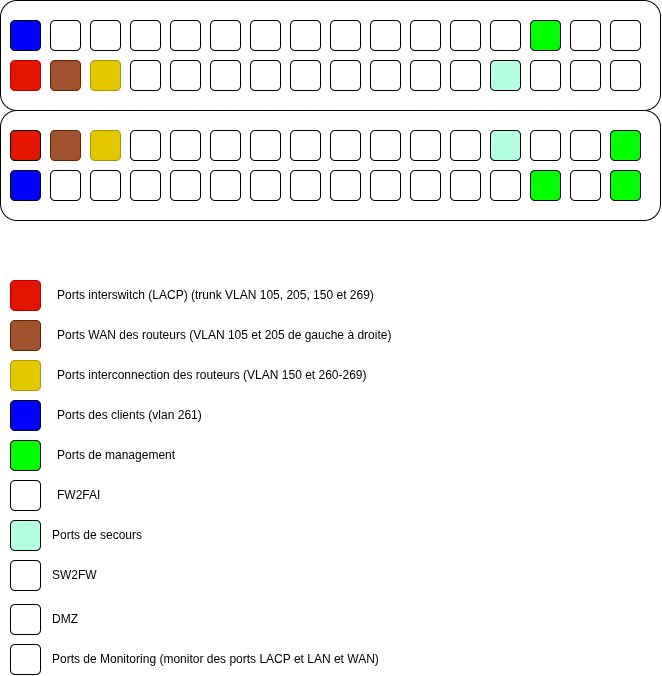
This is docs/assets/SwitchPhysique.drawio.png from DSISportLudique/SportLudique2Doc, a draw.io export, as it was before one commit. Source tidied: cells renumbered, new cells last; positions are measured from the earlier drawing's top-left corner, leaving out a move shared by most shapes.
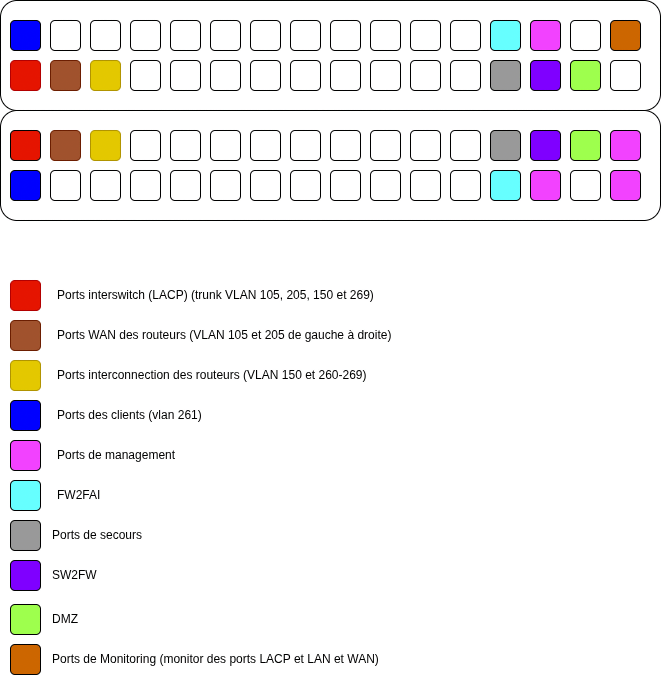
Later version of the same file.

Commit message:
layer 1 diagram updated for DMZ

What changed in the source:
```diff
@@ -68,10 +68,7 @@
     <mxCell id="23" style="rounded=1;whiteSpace=wrap;html=1;" parent="1" vertex="1">
       <mxGeometry x="570" y="20" width="30" height="30" as="geometry" />
     </mxCell>
-    <mxCell id="24" style="rounded=1;whiteSpace=wrap;html=1;" parent="1" vertex="1">
-      <mxGeometry x="570" y="60" width="30" height="30" as="geometry" />
-    </mxCell>
-    <mxCell id="25" style="rounded=1;whiteSpace=wrap;html=1;fillColor=light-dark(#FFFFFF,#CC6600);" parent="1" vertex="1">
+    <mxCell id="25" style="rounded=1;whiteSpace=wrap;html=1;fillColor=light-dark(#CC6600,#CC6600);" parent="1" vertex="1">
       <mxGeometry x="610" y="20" width="30" height="30" as="geometry" />
     </mxCell>
     <mxCell id="26" style="rounded=1;whiteSpace=wrap;html=1;" parent="1" vertex="1">
@@ -143,13 +140,13 @@
     <mxCell id="48" style="rounded=1;whiteSpace=wrap;html=1;" parent="1" vertex="1">
       <mxGeometry x="450" y="170" width="30" height="30" as="geometry" />
     </mxCell>
-    <mxCell id="49" style="rounded=1;whiteSpace=wrap;html=1;fillColor=light-dark(#B4FFE0,#999999);" parent="1" vertex="1">
+    <mxCell id="49" style="rounded=1;whiteSpace=wrap;html=1;fillColor=light-dark(#999999,#999999);" parent="1" vertex="1">
       <mxGeometry x="490" y="130" width="30" height="30" as="geometry" />
     </mxCell>
-    <mxCell id="50" style="rounded=1;whiteSpace=wrap;html=1;fillColor=light-dark(#FFFFFF,#66FFFF);" parent="1" vertex="1">
+    <mxCell id="50" style="rounded=1;whiteSpace=wrap;html=1;fillColor=light-dark(#66FFFF,#66FFFF);" parent="1" vertex="1">
       <mxGeometry x="490" y="170" width="30" height="30" as="geometry" />
     </mxCell>
-    <mxCell id="51" style="rounded=1;whiteSpace=wrap;html=1;fillStyle=solid;fillColor=light-dark(#FFFFFF,#7F00FF);" parent="1" vertex="1">
+    <mxCell id="51" style="rounded=1;whiteSpace=wrap;html=1;fillStyle=solid;fillColor=light-dark(#7F00FF,#7F00FF);" parent="1" vertex="1">
       <mxGeometry x="530" y="130" width="30" height="30" as="geometry" />
     </mxCell>
     <mxCell id="52" style="rounded=1;whiteSpace=wrap;html=1;" parent="1" vertex="1">
@@ -176,7 +173,7 @@
     <mxCell id="59" value="Ports de management" style="text;html=1;whiteSpace=wrap;strokeColor=none;fillColor=none;align=left;verticalAlign=middle;rounded=0;" parent="1" vertex="1">
       <mxGeometry x="55" y="440" width="410" height="30" as="geometry" />
     </mxCell>
-    <mxCell id="60" style="rounded=1;whiteSpace=wrap;html=1;fillColor=light-dark(#00FF00,#F242FF);gradientColor=none;gradientDirection=north;" parent="1" vertex="1">
+    <mxCell id="60" style="rounded=1;whiteSpace=wrap;html=1;fillColor=light-dark(#F242FF,#F242FF);gradientColor=none;gradientDirection=north;" parent="1" vertex="1">
       <mxGeometry x="610" y="130" width="30" height="30" as="geometry" />
     </mxCell>
     <mxCell id="61" style="rounded=1;whiteSpace=wrap;html=1;fillColor=light-dark(#0000FF,#0000FF);" parent="1" vertex="1">
@@ -206,43 +203,37 @@
     <mxCell id="69" style="rounded=1;whiteSpace=wrap;html=1;" parent="1" vertex="1">
       <mxGeometry x="410" y="130" width="30" height="30" as="geometry" />
     </mxCell>
-    <mxCell id="70" style="rounded=1;whiteSpace=wrap;html=1;" parent="1" vertex="1">
-      <mxGeometry x="570" y="130" width="30" height="30" as="geometry" />
-    </mxCell>
-    <mxCell id="71" style="rounded=1;whiteSpace=wrap;html=1;fillStyle=solid;fillColor=light-dark(#FFFFFF,#7F00FF);" parent="1" vertex="1">
+    <mxCell id="71" style="rounded=1;whiteSpace=wrap;html=1;fillStyle=solid;fillColor=light-dark(#7F00FF,#7F00FF);" parent="1" vertex="1">
       <mxGeometry x="530" y="60" width="30" height="30" as="geometry" />
     </mxCell>
-    <mxCell id="72" style="rounded=1;whiteSpace=wrap;html=1;fillColor=light-dark(#B4FFE0,#999999);" parent="1" vertex="1">
+    <mxCell id="72" style="rounded=1;whiteSpace=wrap;html=1;fillColor=light-dark(#999999,#999999);" parent="1" vertex="1">
       <mxGeometry x="490" y="60" width="30" height="30" as="geometry" />
     </mxCell>
-    <mxCell id="73" style="rounded=1;whiteSpace=wrap;html=1;fillColor=light-dark(#FFFFFF,#66FFFF);" parent="1" vertex="1">
+    <mxCell id="73" style="rounded=1;whiteSpace=wrap;html=1;fillColor=light-dark(#66FFFF,#66FFFF);" parent="1" vertex="1">
       <mxGeometry x="490" y="20" width="30" height="30" as="geometry" />
     </mxCell>
-    <mxCell id="74" style="rounded=1;whiteSpace=wrap;html=1;fillColor=light-dark(#FFFFFF,#66FFFF);" parent="1" vertex="1">
+    <mxCell id="74" style="rounded=1;whiteSpace=wrap;html=1;fillColor=light-dark(#66FFFF,#66FFFF);" parent="1" vertex="1">
       <mxGeometry x="10" y="480" width="30" height="30" as="geometry" />
     </mxCell>
-    <mxCell id="75" style="rounded=1;whiteSpace=wrap;html=1;fillStyle=solid;fillColor=light-dark(#FFFFFF,#7F00FF);" parent="1" vertex="1">
+    <mxCell id="75" style="rounded=1;whiteSpace=wrap;html=1;fillStyle=solid;fillColor=light-dark(#7F00FF,#7F00FF);" parent="1" vertex="1">
       <mxGeometry x="10" y="560" width="30" height="30" as="geometry" />
     </mxCell>
-    <mxCell id="76" style="rounded=1;whiteSpace=wrap;html=1;fillColor=light-dark(#B4FFE0,#999999);" parent="1" vertex="1">
+    <mxCell id="76" style="rounded=1;whiteSpace=wrap;html=1;fillColor=light-dark(#999999,#999999);" parent="1" vertex="1">
       <mxGeometry x="10" y="520" width="30" height="30" as="geometry" />
     </mxCell>
     <mxCell id="77" value="FW2FAI" style="text;html=1;whiteSpace=wrap;strokeColor=none;fillColor=none;align=left;verticalAlign=middle;rounded=0;" parent="1" vertex="1">
       <mxGeometry x="55" y="480" width="410" height="30" as="geometry" />
     </mxCell>
-    <mxCell id="78" style="rounded=1;whiteSpace=wrap;html=1;fillColor=light-dark(#00FF00,#F242FF);gradientColor=none;gradientDirection=north;" parent="1" vertex="1">
+    <mxCell id="78" style="rounded=1;whiteSpace=wrap;html=1;fillColor=light-dark(#F242FF,#F242FF);gradientColor=none;gradientDirection=north;" parent="1" vertex="1">
       <mxGeometry x="610" y="170" width="30" height="30" as="geometry" />
     </mxCell>
-    <mxCell id="79" style="rounded=1;whiteSpace=wrap;html=1;fillColor=light-dark(#00FF00,#F242FF);gradientColor=none;gradientDirection=north;" parent="1" vertex="1">
+    <mxCell id="79" style="rounded=1;whiteSpace=wrap;html=1;fillColor=light-dark(#F242FF,#F242FF);gradientColor=none;gradientDirection=north;" parent="1" vertex="1">
       <mxGeometry x="10" y="440" width="30" height="30" as="geometry" />
     </mxCell>
-    <mxCell id="80" style="rounded=1;whiteSpace=wrap;html=1;fillColor=light-dark(#00FF00,#F242FF);gradientColor=none;gradientDirection=north;" parent="1" vertex="1">
-      <mxGeometry x="530" y="170" width="30" height="30" as="geometry" />
-    </mxCell>
-    <mxCell id="81" style="rounded=1;whiteSpace=wrap;html=1;fillColor=light-dark(#00FF00,#F242FF);gradientColor=none;gradientDirection=north;" parent="1" vertex="1">
+    <mxCell id="81" style="rounded=1;whiteSpace=wrap;html=1;fillColor=light-dark(#F242FF,#F242FF);gradientColor=none;gradientDirection=north;" parent="1" vertex="1">
       <mxGeometry x="530" y="20" width="30" height="30" as="geometry" />
     </mxCell>
-    <mxCell id="82" style="rounded=1;whiteSpace=wrap;html=1;fillColor=light-dark(#FFFFFF,#CC6600);" parent="1" vertex="1">
+    <mxCell id="82" style="rounded=1;whiteSpace=wrap;html=1;fillColor=light-dark(#CC6600,#CC6600);" parent="1" vertex="1">
       <mxGeometry x="10" y="644" width="30" height="30" as="geometry" />
     </mxCell>
     <mxCell id="83" value="Ports de secours" style="text;html=1;whiteSpace=wrap;strokeColor=none;fillColor=none;align=left;verticalAlign=middle;rounded=0;" parent="1" vertex="1">
@@ -254,11 +245,20 @@
     <mxCell id="85" value="Ports de Monitoring (monitor des ports LACP et LAN et WAN)" style="text;html=1;whiteSpace=wrap;strokeColor=none;fillColor=none;align=left;verticalAlign=middle;rounded=0;" parent="1" vertex="1">
       <mxGeometry x="50" y="644" width="410" height="30" as="geometry" />
     </mxCell>
-    <mxCell id="86" style="rounded=1;whiteSpace=wrap;html=1;fillColor=light-dark(#FFFFFF,#9EFF4D);" parent="1" vertex="1">
+    <mxCell id="86" style="rounded=1;whiteSpace=wrap;html=1;fillColor=light-dark(#9EFF4D,#9EFF4D);" parent="1" vertex="1">
       <mxGeometry x="10" y="604" width="30" height="30" as="geometry" />
     </mxCell>
     <mxCell id="87" value="DMZ" style="text;html=1;whiteSpace=wrap;strokeColor=none;fillColor=none;align=left;verticalAlign=middle;rounded=0;" parent="1" vertex="1">
       <mxGeometry x="50" y="604" width="410" height="30" as="geometry" />
     </mxCell>
+    <mxCell id="88" style="rounded=1;whiteSpace=wrap;html=1;fillColor=light-dark(#F242FF,#F242FF);gradientColor=none;gradientDirection=north;" parent="1" vertex="1">
+      <mxGeometry x="530" y="170" width="30" height="30" as="geometry" />
+    </mxCell>
+    <mxCell id="89" style="rounded=1;whiteSpace=wrap;html=1;fillColor=light-dark(#9EFF4D,#9EFF4D);" parent="1" vertex="1">
+      <mxGeometry x="570" y="60" width="30" height="30" as="geometry" />
+    </mxCell>
+    <mxCell id="90" style="rounded=1;whiteSpace=wrap;html=1;fillColor=light-dark(#9EFF4D,#9EFF4D);" parent="1" vertex="1">
+      <mxGeometry x="570" y="130" width="30" height="30" as="geometry" />
+    </mxCell>
   </root>
 </mxGraphModel>
```
